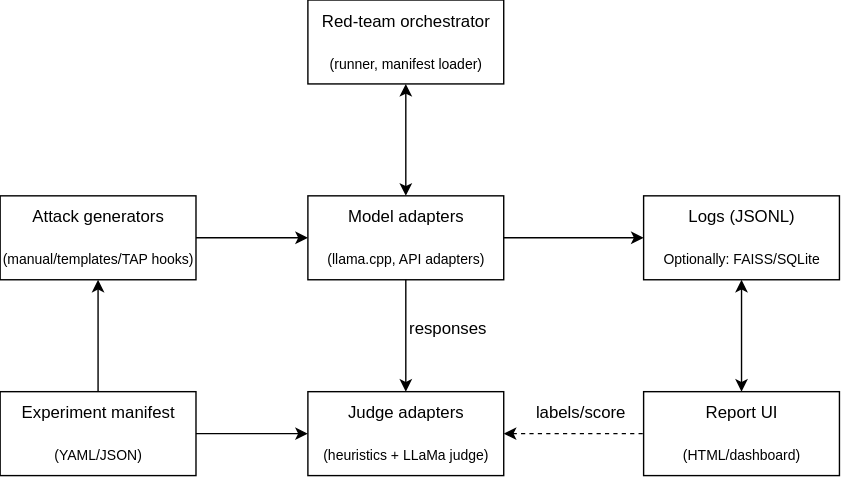
This is thesis/obrazky-figures/design.svg from H0CK3Y03/sentinel, a draw.io export, as it was before one commit. Source tidied: cells renumbered, new cells last; positions are measured from the earlier drawing's top-left corner, leaving out a move shared by most shapes. The source it was exported from:
```xml
<mxGraphModel>
  <root>
    <mxCell id="0" />
    <mxCell id="1" parent="0" />
    <mxCell id="2" style="group;" parent="1" vertex="1">
      <mxGeometry x="220" width="140" height="60" as="geometry" />
    </mxCell>
    <mxCell id="3" style="rounded=0;whiteSpace=wrap;html=1;" parent="2" vertex="1">
      <mxGeometry width="140" height="60" as="geometry" />
    </mxCell>
    <mxCell id="4" value="Red-team orchestrator" style="text;html=1;whiteSpace=wrap;strokeColor=none;fillColor=none;align=center;verticalAlign=middle;rounded=0;" parent="2" vertex="1">
      <mxGeometry width="140" height="30" as="geometry" />
    </mxCell>
    <mxCell id="5" value="(runner, manifest loader)" style="text;html=1;whiteSpace=wrap;strokeColor=none;fillColor=none;align=center;verticalAlign=middle;rounded=0;fontSize=10;" parent="2" vertex="1">
      <mxGeometry y="30" width="140" height="30" as="geometry" />
    </mxCell>
    <mxCell id="6" style="group;" parent="1" vertex="1">
      <mxGeometry x="220" y="140" width="140" height="60" as="geometry" />
    </mxCell>
    <mxCell id="7" style="rounded=0;whiteSpace=wrap;html=1;" parent="6" vertex="1">
      <mxGeometry width="140" height="60" as="geometry" />
    </mxCell>
    <mxCell id="8" value="Model adapters" style="text;html=1;whiteSpace=wrap;strokeColor=none;fillColor=none;align=center;verticalAlign=middle;rounded=0;" parent="6" vertex="1">
      <mxGeometry width="140" height="30" as="geometry" />
    </mxCell>
    <mxCell id="9" value="(llama.cpp, API adapters)" style="text;html=1;whiteSpace=wrap;strokeColor=none;fillColor=none;align=center;verticalAlign=middle;rounded=0;fontSize=10;" parent="6" vertex="1">
      <mxGeometry y="30" width="140" height="30" as="geometry" />
    </mxCell>
    <mxCell id="10" style="group;" parent="1" vertex="1">
      <mxGeometry y="140" width="140" height="60" as="geometry" />
    </mxCell>
    <mxCell id="11" style="rounded=0;whiteSpace=wrap;html=1;" parent="10" vertex="1">
      <mxGeometry width="140" height="60" as="geometry" />
    </mxCell>
    <mxCell id="12" value="Attack generators" style="text;html=1;whiteSpace=wrap;strokeColor=none;fillColor=none;align=center;verticalAlign=middle;rounded=0;" parent="10" vertex="1">
      <mxGeometry width="140" height="30" as="geometry" />
    </mxCell>
    <mxCell id="13" value="(manual/templates/TAP hooks)" style="text;html=1;whiteSpace=wrap;strokeColor=none;fillColor=none;align=center;verticalAlign=middle;rounded=0;fontSize=10;" parent="10" vertex="1">
      <mxGeometry y="30" width="140" height="30" as="geometry" />
    </mxCell>
    <mxCell id="14" style="group;" parent="1" vertex="1">
      <mxGeometry x="460" y="140" width="140" height="60" as="geometry" />
    </mxCell>
    <mxCell id="15" style="rounded=0;whiteSpace=wrap;html=1;" parent="14" vertex="1">
      <mxGeometry width="140" height="60" as="geometry" />
    </mxCell>
    <mxCell id="16" value="Logs (JSONL)" style="text;html=1;whiteSpace=wrap;strokeColor=none;fillColor=none;align=center;verticalAlign=middle;rounded=0;" parent="14" vertex="1">
      <mxGeometry width="140" height="30" as="geometry" />
    </mxCell>
    <mxCell id="17" value="Optionally: FAISS/SQLite" style="text;html=1;whiteSpace=wrap;strokeColor=none;fillColor=none;align=center;verticalAlign=middle;rounded=0;fontSize=10;" parent="14" vertex="1">
      <mxGeometry y="30" width="140" height="30" as="geometry" />
    </mxCell>
    <mxCell id="18" style="group;" parent="1" vertex="1">
      <mxGeometry y="280" width="140" height="60" as="geometry" />
    </mxCell>
    <mxCell id="19" style="rounded=0;whiteSpace=wrap;html=1;" parent="18" vertex="1">
      <mxGeometry width="140" height="60" as="geometry" />
    </mxCell>
    <mxCell id="20" value="Experiment manifest" style="text;html=1;whiteSpace=wrap;strokeColor=none;fillColor=none;align=center;verticalAlign=middle;rounded=0;" parent="18" vertex="1">
      <mxGeometry width="140" height="30" as="geometry" />
    </mxCell>
    <mxCell id="21" value="(YAML/JSON)" style="text;html=1;whiteSpace=wrap;strokeColor=none;fillColor=none;align=center;verticalAlign=middle;rounded=0;fontSize=10;" parent="18" vertex="1">
      <mxGeometry y="30" width="140" height="30" as="geometry" />
    </mxCell>
    <mxCell id="22" style="group;" parent="1" vertex="1">
      <mxGeometry x="220" y="280" width="140" height="60" as="geometry" />
    </mxCell>
    <mxCell id="23" style="rounded=0;whiteSpace=wrap;html=1;" parent="22" vertex="1">
      <mxGeometry width="140" height="60" as="geometry" />
    </mxCell>
    <mxCell id="24" value="Judge adapters" style="text;html=1;whiteSpace=wrap;strokeColor=none;fillColor=none;align=center;verticalAlign=middle;rounded=0;" parent="22" vertex="1">
      <mxGeometry width="140" height="30" as="geometry" />
    </mxCell>
    <mxCell id="25" value="(heuristics + LLaMa judge)" style="text;html=1;whiteSpace=wrap;strokeColor=none;fillColor=none;align=center;verticalAlign=middle;rounded=0;fontSize=10;" parent="22" vertex="1">
      <mxGeometry y="30" width="140" height="30" as="geometry" />
    </mxCell>
    <mxCell id="26" style="group;" parent="1" vertex="1">
      <mxGeometry x="460" y="280" width="140" height="60" as="geometry" />
    </mxCell>
    <mxCell id="27" style="rounded=0;whiteSpace=wrap;html=1;" parent="26" vertex="1">
      <mxGeometry width="140" height="60" as="geometry" />
    </mxCell>
    <mxCell id="28" value="Report UI" style="text;html=1;whiteSpace=wrap;strokeColor=none;fillColor=none;align=center;verticalAlign=middle;rounded=0;" parent="26" vertex="1">
      <mxGeometry width="140" height="30" as="geometry" />
    </mxCell>
    <mxCell id="29" value="(HTML/dashboard)" style="text;html=1;whiteSpace=wrap;strokeColor=none;fillColor=none;align=center;verticalAlign=middle;rounded=0;fontSize=10;" parent="26" vertex="1">
      <mxGeometry y="30" width="140" height="30" as="geometry" />
    </mxCell>
    <mxCell id="30" style="endArrow=classic;startArrow=classic;html=1;rounded=0;entryX=0.5;entryY=1;entryDx=0;entryDy=0;" parent="1" edge="1" source="8" target="5">
      <mxGeometry relative="1" as="geometry" />
    </mxCell>
    <mxCell id="31" style="endArrow=classic;html=1;rounded=0;exitX=1;exitY=1;exitDx=0;exitDy=0;entryX=0;entryY=1;entryDx=0;entryDy=0;" parent="1" edge="1" source="12" target="8">
      <mxGeometry relative="1" as="geometry" />
    </mxCell>
    <mxCell id="32" style="endArrow=classic;html=1;rounded=0;exitX=0.5;exitY=0;exitDx=0;exitDy=0;entryX=0.5;entryY=1;entryDx=0;entryDy=0;" parent="1" edge="1" source="20" target="13">
      <mxGeometry relative="1" as="geometry" />
    </mxCell>
    <mxCell id="33" style="endArrow=classic;html=1;rounded=0;exitX=1;exitY=0;exitDx=0;exitDy=0;entryX=0;entryY=0;entryDx=0;entryDy=0;" parent="1" edge="1" source="21" target="25">
      <mxGeometry relative="1" as="geometry" />
    </mxCell>
    <mxCell id="34" style="endArrow=classic;html=1;rounded=0;exitX=0.5;exitY=1;exitDx=0;exitDy=0;entryX=0.5;entryY=0;entryDx=0;entryDy=0;" parent="1" edge="1" source="9" target="24">
      <mxGeometry relative="1" as="geometry" />
    </mxCell>
    <mxCell id="35" value="responses" style="text;html=1;whiteSpace=wrap;strokeColor=none;fillColor=none;align=center;verticalAlign=middle;rounded=0;" parent="1" vertex="1">
      <mxGeometry x="290" y="220" width="60" height="30" as="geometry" />
    </mxCell>
    <mxCell id="36" style="endArrow=classic;html=1;rounded=0;exitX=1;exitY=0;exitDx=0;exitDy=0;entryX=0;entryY=0;entryDx=0;entryDy=0;" parent="1" edge="1" source="9" target="17">
      <mxGeometry relative="1" as="geometry" />
    </mxCell>
    <mxCell id="37" style="endArrow=classic;startArrow=classic;html=1;rounded=0;entryX=0.5;entryY=1;entryDx=0;entryDy=0;exitX=0.5;exitY=0;exitDx=0;exitDy=0;" parent="1" edge="1" source="28" target="17">
      <mxGeometry relative="1" as="geometry" />
    </mxCell>
    <mxCell id="38" style="endArrow=none;html=1;rounded=0;dashed=1;startArrow=classic;startFill=1;entryX=0;entryY=0;entryDx=0;entryDy=0;exitX=1;exitY=0;exitDx=0;exitDy=0;" parent="1" edge="1" source="25" target="29">
      <mxGeometry relative="1" as="geometry" />
    </mxCell>
    <mxCell id="39" value="labels/score" style="text;html=1;whiteSpace=wrap;strokeColor=none;fillColor=none;align=center;verticalAlign=middle;rounded=0;" parent="1" vertex="1">
      <mxGeometry x="370" y="280" width="90" height="30" as="geometry" />
    </mxCell>
  </root>
</mxGraphModel>
```
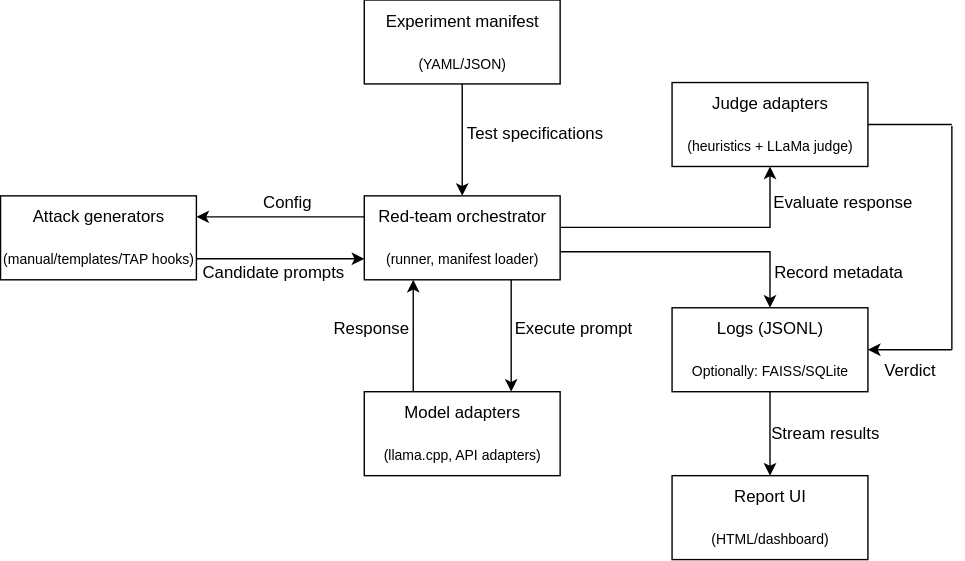
After the commit.

Commit message:
Changed design diagram

The edit, as a diff of the source:
```diff
@@ -27,7 +27,7 @@
       <mxGeometry y="30" width="140" height="30" as="geometry" />
     </mxCell>
     <mxCell id="10" style="group;" parent="1" vertex="1">
-      <mxGeometry y="140" width="140" height="60" as="geometry" />
+      <mxGeometry x="-40" width="140" height="60" as="geometry" />
     </mxCell>
     <mxCell id="11" style="rounded=0;whiteSpace=wrap;html=1;" parent="10" vertex="1">
       <mxGeometry width="140" height="60" as="geometry" />
@@ -39,7 +39,7 @@
       <mxGeometry y="30" width="140" height="30" as="geometry" />
     </mxCell>
     <mxCell id="14" style="group;" parent="1" vertex="1">
-      <mxGeometry x="460" y="140" width="140" height="60" as="geometry" />
+      <mxGeometry x="440" y="80" width="140" height="60" as="geometry" />
     </mxCell>
     <mxCell id="15" style="rounded=0;whiteSpace=wrap;html=1;" parent="14" vertex="1">
       <mxGeometry width="140" height="60" as="geometry" />
@@ -51,7 +51,7 @@
       <mxGeometry y="30" width="140" height="30" as="geometry" />
     </mxCell>
     <mxCell id="18" style="group;" parent="1" vertex="1">
-      <mxGeometry y="280" width="140" height="60" as="geometry" />
+      <mxGeometry x="220" y="-140" width="140" height="60" as="geometry" />
     </mxCell>
     <mxCell id="19" style="rounded=0;whiteSpace=wrap;html=1;" parent="18" vertex="1">
       <mxGeometry width="140" height="60" as="geometry" />
@@ -63,7 +63,7 @@
       <mxGeometry y="30" width="140" height="30" as="geometry" />
     </mxCell>
     <mxCell id="22" style="group;" parent="1" vertex="1">
-      <mxGeometry x="220" y="280" width="140" height="60" as="geometry" />
+      <mxGeometry x="440" y="-81" width="140" height="60" as="geometry" />
     </mxCell>
     <mxCell id="23" style="rounded=0;whiteSpace=wrap;html=1;" parent="22" vertex="1">
       <mxGeometry width="140" height="60" as="geometry" />
@@ -75,7 +75,7 @@
       <mxGeometry y="30" width="140" height="30" as="geometry" />
     </mxCell>
     <mxCell id="26" style="group;" parent="1" vertex="1">
-      <mxGeometry x="460" y="280" width="140" height="60" as="geometry" />
+      <mxGeometry x="440" y="200" width="140" height="60" as="geometry" />
     </mxCell>
     <mxCell id="27" style="rounded=0;whiteSpace=wrap;html=1;" parent="26" vertex="1">
       <mxGeometry width="140" height="60" as="geometry" />
@@ -86,35 +86,74 @@
     <mxCell id="29" value="(HTML/dashboard)" style="text;html=1;whiteSpace=wrap;strokeColor=none;fillColor=none;align=center;verticalAlign=middle;rounded=0;fontSize=10;" parent="26" vertex="1">
       <mxGeometry y="30" width="140" height="30" as="geometry" />
     </mxCell>
+    <mxCell id="40" style="edgeStyle=orthogonalEdgeStyle;rounded=0;jettySize=auto;html=1;exitX=0.5;exitY=1;exitDx=0;exitDy=0;entryX=0.5;entryY=0;entryDx=0;entryDy=0;" parent="1" edge="1" source="21" target="4">
+      <mxGeometry relative="1" as="geometry" />
+    </mxCell>
+    <mxCell id="41" value="Test specifications" style="text;html=1;whiteSpace=wrap;strokeColor=none;fillColor=none;align=center;verticalAlign=middle;rounded=0;" parent="1" vertex="1">
+      <mxGeometry x="287" y="-60" width="110" height="30" as="geometry" />
+    </mxCell>
+    <mxCell id="42" style="endArrow=classic;html=1;rounded=0;exitX=0;exitY=0.5;exitDx=0;exitDy=0;entryX=1;entryY=0.5;entryDx=0;entryDy=0;" parent="1" edge="1" source="4" target="12">
+      <mxGeometry relative="1" as="geometry" />
+    </mxCell>
+    <mxCell id="43" value="Config" style="text;html=1;whiteSpace=wrap;strokeColor=none;fillColor=none;align=center;verticalAlign=middle;rounded=0;" parent="1" vertex="1">
+      <mxGeometry x="135" y="-10" width="60" height="30" as="geometry" />
+    </mxCell>
+    <mxCell id="44" style="endArrow=classic;html=1;rounded=0;exitX=1;exitY=0.5;exitDx=0;exitDy=0;entryX=0;entryY=0.5;entryDx=0;entryDy=0;" parent="1" edge="1" source="13" target="5">
+      <mxGeometry relative="1" as="geometry" />
+    </mxCell>
+    <mxCell id="45" value="Candidate prompts" style="text;html=1;whiteSpace=wrap;strokeColor=none;fillColor=none;align=center;verticalAlign=middle;rounded=0;" parent="1" vertex="1">
+      <mxGeometry x="100" y="40" width="110" height="30" as="geometry" />
+    </mxCell>
+    <mxCell id="46" style="endArrow=classic;html=1;rounded=0;exitX=0.75;exitY=1;exitDx=0;exitDy=0;entryX=0.75;entryY=0;entryDx=0;entryDy=0;" parent="1" edge="1" source="5" target="8">
+      <mxGeometry relative="1" as="geometry" />
+    </mxCell>
+    <mxCell id="47" value="Execute prompt" style="text;html=1;whiteSpace=wrap;strokeColor=none;fillColor=none;align=center;verticalAlign=middle;rounded=0;" parent="1" vertex="1">
+      <mxGeometry x="322" y="80" width="95" height="30" as="geometry" />
+    </mxCell>
-    <mxCell id="30" style="endArrow=classic;startArrow=classic;html=1;rounded=0;entryX=0.5;entryY=1;entryDx=0;entryDy=0;" parent="1" edge="1" source="8" target="5">
+    <mxCell id="30" style="endArrow=classic;html=1;rounded=0;exitX=0.25;exitY=0;exitDx=0;exitDy=0;entryX=0.25;entryY=1;entryDx=0;entryDy=0;" parent="1" edge="1" source="8" target="5">
       <mxGeometry relative="1" as="geometry" />
     </mxCell>
-    <mxCell id="31" style="endArrow=classic;html=1;rounded=0;exitX=1;exitY=1;exitDx=0;exitDy=0;entryX=0;entryY=1;entryDx=0;entryDy=0;" parent="1" edge="1" source="12" target="8">
-      <mxGeometry relative="1" as="geometry" />
-    </mxCell>
-    <mxCell id="32" style="endArrow=classic;html=1;rounded=0;exitX=0.5;exitY=0;exitDx=0;exitDy=0;entryX=0.5;entryY=1;entryDx=0;entryDy=0;" parent="1" edge="1" source="20" target="13">
-      <mxGeometry relative="1" as="geometry" />
-    </mxCell>
-    <mxCell id="33" style="endArrow=classic;html=1;rounded=0;exitX=1;exitY=0;exitDx=0;exitDy=0;entryX=0;entryY=0;entryDx=0;entryDy=0;" parent="1" edge="1" source="21" target="25">
-      <mxGeometry relative="1" as="geometry" />
-    </mxCell>
-    <mxCell id="34" style="endArrow=classic;html=1;rounded=0;exitX=0.5;exitY=1;exitDx=0;exitDy=0;entryX=0.5;entryY=0;entryDx=0;entryDy=0;" parent="1" edge="1" source="9" target="24">
-      <mxGeometry relative="1" as="geometry" />
-    </mxCell>
-    <mxCell id="35" value="responses" style="text;html=1;whiteSpace=wrap;strokeColor=none;fillColor=none;align=center;verticalAlign=middle;rounded=0;" parent="1" vertex="1">
-      <mxGeometry x="290" y="220" width="60" height="30" as="geometry" />
-    </mxCell>
-    <mxCell id="36" style="endArrow=classic;html=1;rounded=0;exitX=1;exitY=0;exitDx=0;exitDy=0;entryX=0;entryY=0;entryDx=0;entryDy=0;" parent="1" edge="1" source="9" target="17">
-      <mxGeometry relative="1" as="geometry" />
-    </mxCell>
-    <mxCell id="37" style="endArrow=classic;startArrow=classic;html=1;rounded=0;entryX=0.5;entryY=1;entryDx=0;entryDy=0;exitX=0.5;exitY=0;exitDx=0;exitDy=0;" parent="1" edge="1" source="28" target="17">
-      <mxGeometry relative="1" as="geometry" />
-    </mxCell>
-    <mxCell id="38" style="endArrow=none;html=1;rounded=0;dashed=1;startArrow=classic;startFill=1;entryX=0;entryY=0;entryDx=0;entryDy=0;exitX=1;exitY=0;exitDx=0;exitDy=0;" parent="1" edge="1" source="25" target="29">
-      <mxGeometry relative="1" as="geometry" />
-    </mxCell>
-    <mxCell id="39" value="labels/score" style="text;html=1;whiteSpace=wrap;strokeColor=none;fillColor=none;align=center;verticalAlign=middle;rounded=0;" parent="1" vertex="1">
-      <mxGeometry x="370" y="280" width="90" height="30" as="geometry" />
-    </mxCell>
+    <mxCell id="48" value="Response" style="text;html=1;whiteSpace=wrap;strokeColor=none;fillColor=none;align=center;verticalAlign=middle;rounded=0;" parent="1" vertex="1">
+      <mxGeometry x="195" y="80" width="60" height="30" as="geometry" />
+    </mxCell>
+    <mxCell id="49" style="endArrow=classic;html=1;rounded=0;exitX=1;exitY=0.25;exitDx=0;exitDy=0;edgeStyle=orthogonalEdgeStyle;entryX=0.5;entryY=0;entryDx=0;entryDy=0;" parent="1" edge="1" target="16">
+      <mxGeometry relative="1" as="geometry">
+        <mxPoint x="360" y="40" as="sourcePoint" />
+      </mxGeometry>
+    </mxCell>
+    <mxCell id="50" value="Record metadata" style="text;html=1;whiteSpace=wrap;strokeColor=none;fillColor=none;align=center;verticalAlign=middle;rounded=0;" parent="1" vertex="1">
+      <mxGeometry x="509" y="40" width="100" height="30" as="geometry" />
+    </mxCell>
+    <mxCell id="51" style="endArrow=classic;html=1;rounded=0;exitX=1;exitY=0.75;exitDx=0;exitDy=0;edgeStyle=orthogonalEdgeStyle;entryX=0.5;entryY=1;entryDx=0;entryDy=0;" parent="1" edge="1" source="4" target="25">
+      <mxGeometry relative="1" as="geometry" />
+    </mxCell>
+    <mxCell id="52" value="Evaluate response" style="text;html=1;whiteSpace=wrap;strokeColor=none;fillColor=none;align=center;verticalAlign=middle;rounded=0;" parent="1" vertex="1">
+      <mxGeometry x="507" y="-10" width="110" height="30" as="geometry" />
+    </mxCell>
+    <mxCell id="53" style="endArrow=none;html=1;rounded=0;entryX=1;entryY=0;entryDx=0;entryDy=0;" parent="1" edge="1" target="25">
+      <mxGeometry relative="1" as="geometry">
+        <mxPoint x="640" y="-51" as="sourcePoint" />
+      </mxGeometry>
+    </mxCell>
+    <mxCell id="54" style="endArrow=none;html=1;rounded=0;" parent="1" edge="1">
+      <mxGeometry relative="1" as="geometry">
+        <mxPoint x="640" y="110" as="sourcePoint" />
+        <mxPoint x="640" y="-50" as="targetPoint" />
+      </mxGeometry>
+    </mxCell>
+    <mxCell id="55" style="endArrow=classic;html=1;rounded=0;entryX=1;entryY=0;entryDx=0;entryDy=0;" parent="1" edge="1" target="17">
+      <mxGeometry relative="1" as="geometry">
+        <mxPoint x="640" y="110" as="sourcePoint" />
+      </mxGeometry>
+    </mxCell>
+    <mxCell id="56" value="Verdict" style="text;html=1;whiteSpace=wrap;strokeColor=none;fillColor=none;align=center;verticalAlign=middle;rounded=0;" parent="1" vertex="1">
+      <mxGeometry x="580" y="110" width="60" height="30" as="geometry" />
+    </mxCell>
+    <mxCell id="57" style="endArrow=classic;html=1;rounded=0;exitX=0.5;exitY=1;exitDx=0;exitDy=0;entryX=0.5;entryY=0;entryDx=0;entryDy=0;" parent="1" edge="1" source="17" target="28">
+      <mxGeometry relative="1" as="geometry" />
+    </mxCell>
+    <mxCell id="58" value="Stream results" style="text;html=1;whiteSpace=wrap;strokeColor=none;fillColor=none;align=center;verticalAlign=middle;rounded=0;" parent="1" vertex="1">
+      <mxGeometry x="509" y="155" width="81" height="30" as="geometry" />
+    </mxCell>
   </root>
 </mxGraphModel>
```
